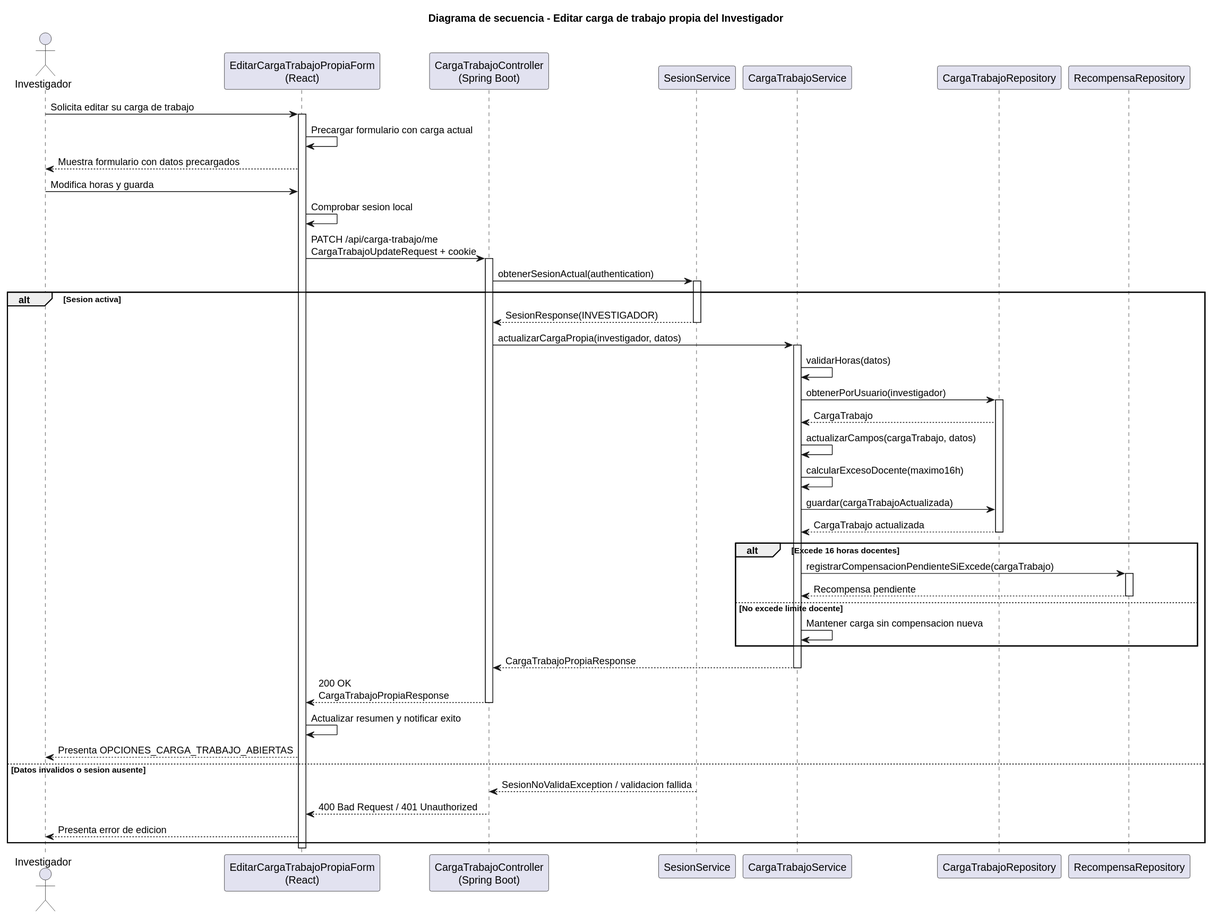
Before: images/RUP/02-diseño/casos-uso/investigador/editarCargaTrabajo/secuencia.svg, a diagram exported from PlantUML (beatriizorozco/25-26-idsw2-sdVC). Its diagram source:
```plantuml
@startuml
title Diagrama de secuencia - Editar carga de trabajo propia del Investigador

actor Investigador
participant "EditarCargaTrabajoPropiaForm\n(React)" as Frontend
participant "CargaTrabajoController\n(Spring Boot)" as Api
participant "SesionService" as Sesion
participant "CargaTrabajoService" as Service
participant "CargaTrabajoRepository" as CargaRepo
participant "RecompensaRepository" as RecompensaRepo

Investigador -> Frontend: Solicita editar su carga de trabajo
activate Frontend
Frontend -> Frontend: Precargar formulario con carga actual
Frontend --> Investigador: Muestra formulario con datos precargados
Investigador -> Frontend: Modifica horas y guarda
Frontend -> Frontend: Comprobar sesion local
Frontend -> Api: PATCH /api/carga-trabajo/me\nCargaTrabajoUpdateRequest + cookie
activate Api
Api -> Sesion: obtenerSesionActual(authentication)
activate Sesion
alt Sesion activa
    Sesion --> Api: SesionResponse(INVESTIGADOR)
    deactivate Sesion
    Api -> Service: actualizarCargaPropia(investigador, datos)
    activate Service
    Service -> Service: validarHoras(datos)
    Service -> CargaRepo: obtenerPorUsuario(investigador)
    activate CargaRepo
    CargaRepo --> Service: CargaTrabajo
    Service -> Service: actualizarCampos(cargaTrabajo, datos)
    Service -> Service: calcularExcesoDocente(maximo16h)
    Service -> CargaRepo: guardar(cargaTrabajoActualizada)
    CargaRepo --> Service: CargaTrabajo actualizada
    deactivate CargaRepo
    alt Excede 16 horas docentes
        Service -> RecompensaRepo: registrarCompensacionPendienteSiExcede(cargaTrabajo)
        activate RecompensaRepo
        RecompensaRepo --> Service: Recompensa pendiente
        deactivate RecompensaRepo
    else No excede limite docente
        Service -> Service: Mantener carga sin compensacion nueva
    end
    Service --> Api: CargaTrabajoPropiaResponse
    deactivate Service
    Api --> Frontend: 200 OK\nCargaTrabajoPropiaResponse
    deactivate Api
    Frontend -> Frontend: Actualizar resumen y notificar exito
    Frontend --> Investigador: Presenta OPCIONES_CARGA_TRABAJO_ABIERTAS
else Datos invalidos o sesion ausente
    Sesion --> Api: SesionNoValidaException / validacion fallida
    deactivate Sesion
    Api --> Frontend: 400 Bad Request / 401 Unauthorized
    deactivate Api
    Frontend --> Investigador: Presenta error de edicion
end
deactivate Frontend
@enduml
```
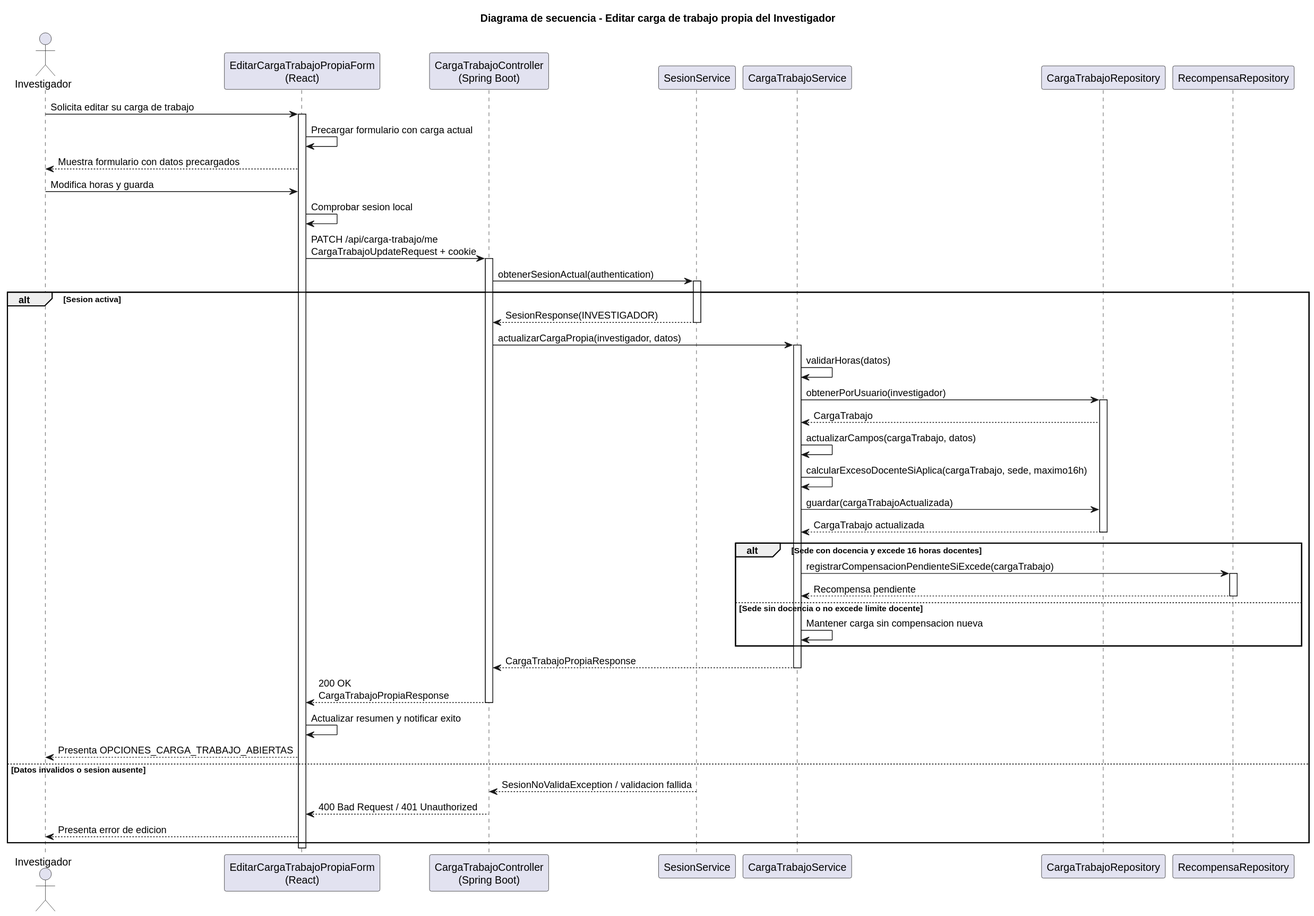
The same file after the commit.

What changed in the source:
```diff
@@ -29,16 +29,16 @@
     activate CargaRepo
     CargaRepo --> Service: CargaTrabajo
     Service -> Service: actualizarCampos(cargaTrabajo, datos)
-    Service -> Service: calcularExcesoDocente(maximo16h)
+    Service -> Service: calcularExcesoDocenteSiAplica(cargaTrabajo, sede, maximo16h)
     Service -> CargaRepo: guardar(cargaTrabajoActualizada)
     CargaRepo --> Service: CargaTrabajo actualizada
     deactivate CargaRepo
-    alt Excede 16 horas docentes
+    alt Sede con docencia y excede 16 horas docentes
         Service -> RecompensaRepo: registrarCompensacionPendienteSiExcede(cargaTrabajo)
         activate RecompensaRepo
         RecompensaRepo --> Service: Recompensa pendiente
         deactivate RecompensaRepo
-    else No excede limite docente
+    else Sede sin docencia o no excede limite docente
         Service -> Service: Mantener carga sin compensacion nueva
     end
     Service --> Api: CargaTrabajoPropiaResponse
```
